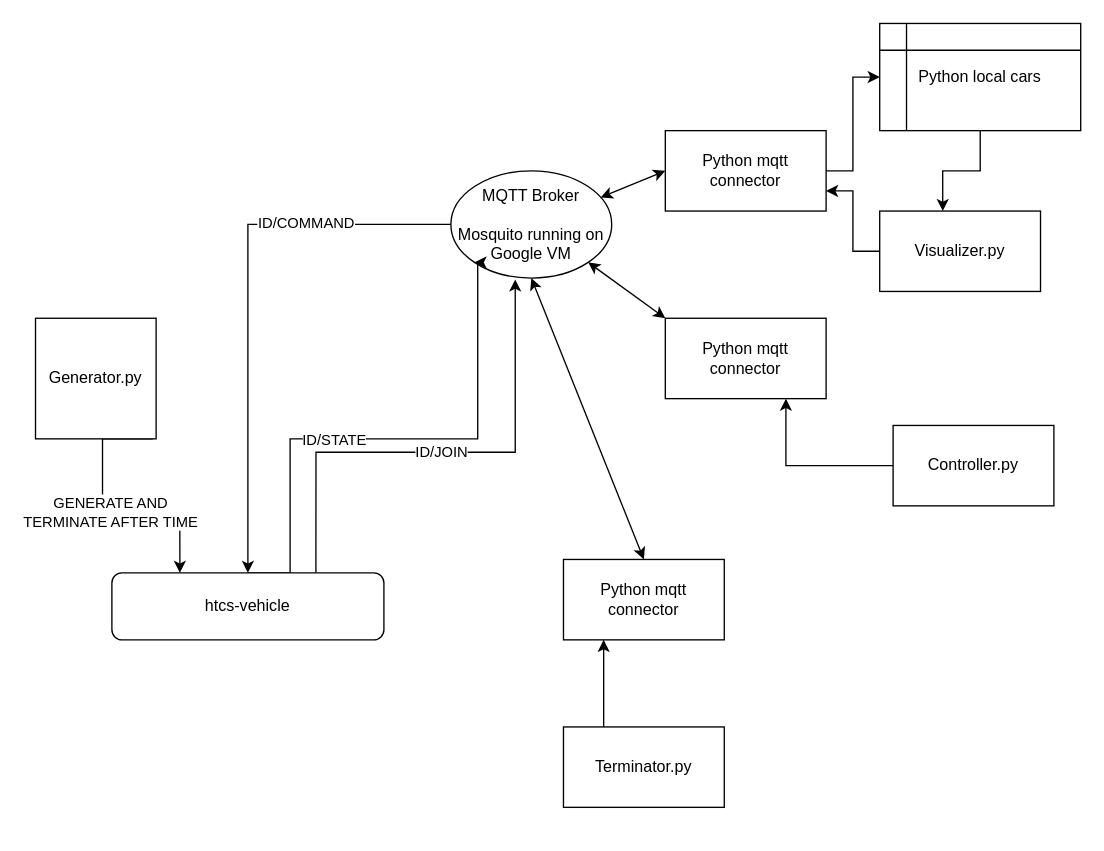
RTOS-Team-2/htcs keeps this draw.io diagram as demo_help.drawio. Above is the earlier version. Source tidied: cells renumbered, new cells numbered last; positions are measured from the earlier drawing's top-left corner, leaving out a move shared by most shapes. Both pictures are drawn from the tidied source at 134%, with x=0, y=0 at pixel (35, 23).
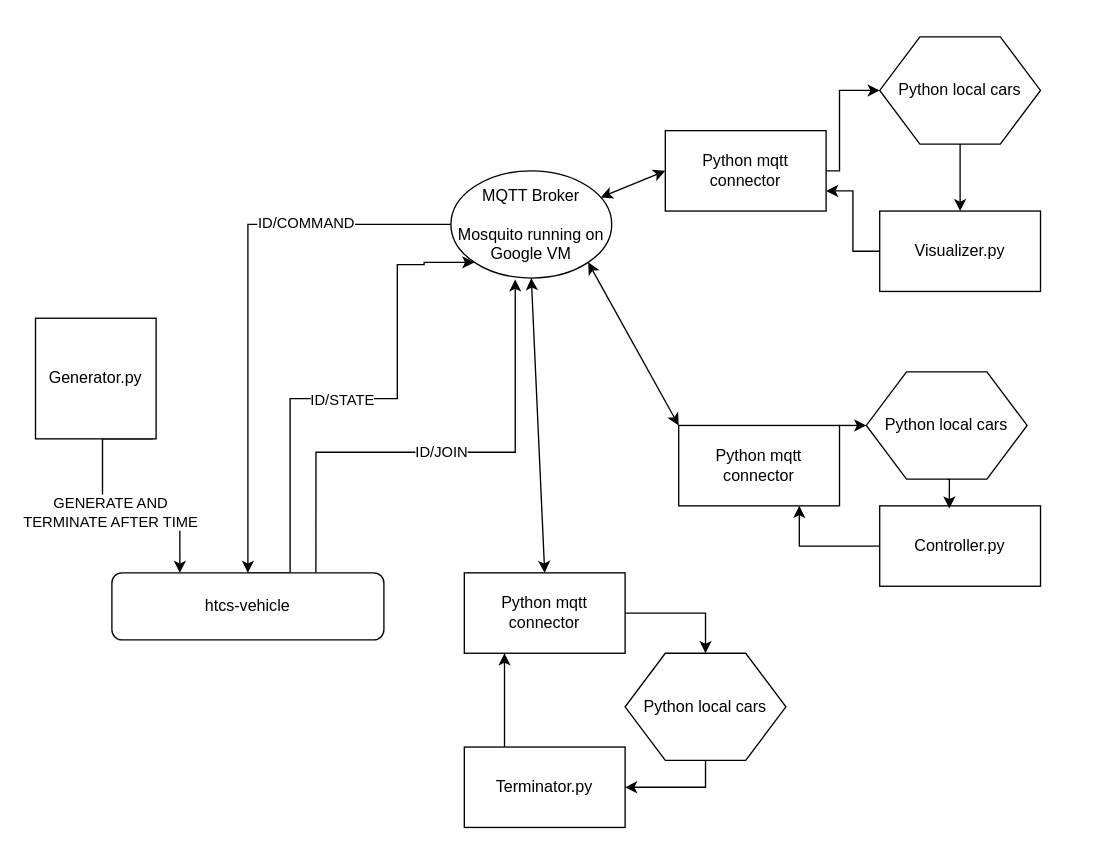
Above is the later version.

The change refers to these unchanged cells:
```xml
<mxCell id="4" value="MQTT Broker&lt;br&gt;&lt;br&gt;Mosquito running on Google VM" style="ellipse;whiteSpace=wrap;html=1;" parent="1" vertex="1">
  <mxGeometry x="310" y="110" width="120" height="80" as="geometry" />
</mxCell>
<mxCell id="10" value="htcs-vehicle" style="rounded=1;whiteSpace=wrap;html=1;" parent="1" vertex="1">
  <mxGeometry x="57" y="410" width="203" height="50" as="geometry" />
</mxCell>
<mxCell id="14" value="Visualizer.py" style="rounded=0;whiteSpace=wrap;html=1;" parent="1" vertex="1">
  <mxGeometry x="630" y="140" width="120" height="60" as="geometry" />
</mxCell>
<mxCell id="20" value="Python mqtt connector" style="rounded=0;whiteSpace=wrap;html=1;" parent="1" vertex="1">
  <mxGeometry x="470" y="80" width="120" height="60" as="geometry" />
</mxCell>
```

The edit, as a diff of the source:
```diff
@@
     <mxCell id="7" style="edgeStyle=orthogonalEdgeStyle;rounded=0;jettySize=auto;html=1;exitX=0.5;exitY=0;exitDx=0;exitDy=0;entryX=0;entryY=1;entryDx=0;entryDy=0;" parent="1" edge="1" source="10" target="4">
       <mxGeometry relative="1" as="geometry">
         <Array as="points">
           <mxPoint x="190" y="410" />
-          <mxPoint x="190" y="310" />
-          <mxPoint x="330" y="310" />
+          <mxPoint x="190" y="280" />
+          <mxPoint x="270" y="280" />
+          <mxPoint x="270" y="180" />
+          <mxPoint x="290" y="180" />
+          <mxPoint x="290" y="178" />
         </Array>
       </mxGeometry>
     </mxCell>
     <mxCell id="8" value="ID/STATE" style="edgeLabel;html=1;align=center;verticalAlign=middle;" parent="7" vertex="1">
-      <mxGeometry x="-0.19" relative="1" as="geometry" />
+      <mxGeometry x="-0.19" relative="1" as="geometry">
+        <mxPoint x="37.5" as="offset" />
+      </mxGeometry>
     </mxCell>
@@
     <mxCell id="12" value="Terminator.py" style="rounded=0;whiteSpace=wrap;html=1;" parent="1" vertex="1">
-      <mxGeometry x="394" y="525" width="120" height="60" as="geometry" />
+      <mxGeometry x="320" y="540" width="120" height="60" as="geometry" />
     </mxCell>
@@
     <mxCell id="16" value="Controller.py" style="rounded=0;whiteSpace=wrap;html=1;" parent="1" vertex="1">
-      <mxGeometry x="640" y="300" width="120" height="60" as="geometry" />
+      <mxGeometry x="630" y="360" width="120" height="60" as="geometry" />
     </mxCell>
+    <mxCell id="26" style="edgeStyle=orthogonalEdgeStyle;rounded=0;jettySize=auto;html=1;exitX=1;exitY=0.5;exitDx=0;exitDy=0;entryX=0.5;entryY=0;entryDx=0;entryDy=0;" parent="1" edge="1" source="17" target="33">
+      <mxGeometry relative="1" as="geometry" />
+    </mxCell>
     <mxCell id="17" value="Python mqtt connector" style="rounded=0;whiteSpace=wrap;html=1;" parent="1" vertex="1">
-      <mxGeometry x="394" y="400" width="120" height="60" as="geometry" />
+      <mxGeometry x="320" y="410" width="120" height="60" as="geometry" />
     </mxCell>
+    <mxCell id="27" style="edgeStyle=orthogonalEdgeStyle;rounded=0;jettySize=auto;html=1;exitX=1;exitY=0;exitDx=0;exitDy=0;entryX=0;entryY=0.5;entryDx=0;entryDy=0;" parent="1" edge="1" source="18" target="31">
+      <mxGeometry relative="1" as="geometry" />
+    </mxCell>
     <mxCell id="18" value="Python mqtt connector" style="rounded=0;whiteSpace=wrap;html=1;" parent="1" vertex="1">
-      <mxGeometry x="470" y="220" width="120" height="60" as="geometry" />
+      <mxGeometry x="480" y="300" width="120" height="60" as="geometry" />
     </mxCell>
-    <mxCell id="19" style="edgeStyle=orthogonalEdgeStyle;rounded=0;jettySize=auto;html=1;exitX=1;exitY=0.5;exitDx=0;exitDy=0;entryX=0;entryY=0.5;entryDx=0;entryDy=0;" parent="1" edge="1" source="20" target="25">
-      <mxGeometry relative="1" as="geometry" />
+    <mxCell id="19" style="edgeStyle=orthogonalEdgeStyle;rounded=0;jettySize=auto;html=1;exitX=1;exitY=0.5;exitDx=0;exitDy=0;entryX=0;entryY=0.5;entryDx=0;entryDy=0;" parent="1" edge="1" source="20" target="29">
+      <mxGeometry relative="1" as="geometry">
+        <Array as="points">
+          <mxPoint x="600" y="110" />
+          <mxPoint x="600" y="50" />
+        </Array>
+      </mxGeometry>
     </mxCell>
@@
-    <mxCell id="24" style="edgeStyle=orthogonalEdgeStyle;rounded=0;jettySize=auto;html=1;exitX=0.5;exitY=1;exitDx=0;exitDy=0;entryX=0.392;entryY=0;entryDx=0;entryDy=0;entryPerimeter=0;" parent="1" edge="1" source="25" target="14">
-      <mxGeometry relative="1" as="geometry" />
-    </mxCell>
-    <mxCell id="25" value="Python local cars" style="shape=internalStorage;whiteSpace=wrap;html=1;backgroundOutline=1;" parent="1" vertex="1">
-      <mxGeometry x="630" width="150" height="80" as="geometry" />
-    </mxCell>
+    <mxCell id="28" style="edgeStyle=orthogonalEdgeStyle;rounded=0;jettySize=auto;html=1;exitX=0.5;exitY=1;exitDx=0;exitDy=0;entryX=0.5;entryY=0;entryDx=0;entryDy=0;" parent="1" edge="1" source="29" target="14">
+      <mxGeometry relative="1" as="geometry" />
+    </mxCell>
+    <mxCell id="29" value="Python local cars" style="shape=hexagon;perimeter=hexagonPerimeter2;whiteSpace=wrap;html=1;" parent="1" vertex="1">
+      <mxGeometry x="630" y="10" width="120" height="80" as="geometry" />
+    </mxCell>
+    <mxCell id="30" style="edgeStyle=orthogonalEdgeStyle;rounded=0;jettySize=auto;html=1;exitX=0.5;exitY=1;exitDx=0;exitDy=0;entryX=0.433;entryY=0.033;entryDx=0;entryDy=0;entryPerimeter=0;" parent="1" edge="1" source="31" target="16">
+      <mxGeometry relative="1" as="geometry" />
+    </mxCell>
+    <mxCell id="31" value="Python local cars" style="shape=hexagon;perimeter=hexagonPerimeter2;whiteSpace=wrap;html=1;" parent="1" vertex="1">
+      <mxGeometry x="620" y="260" width="120" height="80" as="geometry" />
+    </mxCell>
+    <mxCell id="32" style="edgeStyle=orthogonalEdgeStyle;rounded=0;jettySize=auto;html=1;exitX=0.5;exitY=1;exitDx=0;exitDy=0;entryX=1;entryY=0.5;entryDx=0;entryDy=0;" parent="1" edge="1" source="33" target="12">
+      <mxGeometry relative="1" as="geometry" />
+    </mxCell>
+    <mxCell id="33" value="Python local cars" style="shape=hexagon;perimeter=hexagonPerimeter2;whiteSpace=wrap;html=1;" parent="1" vertex="1">
+      <mxGeometry x="440" y="470" width="120" height="80" as="geometry" />
+    </mxCell>
```
